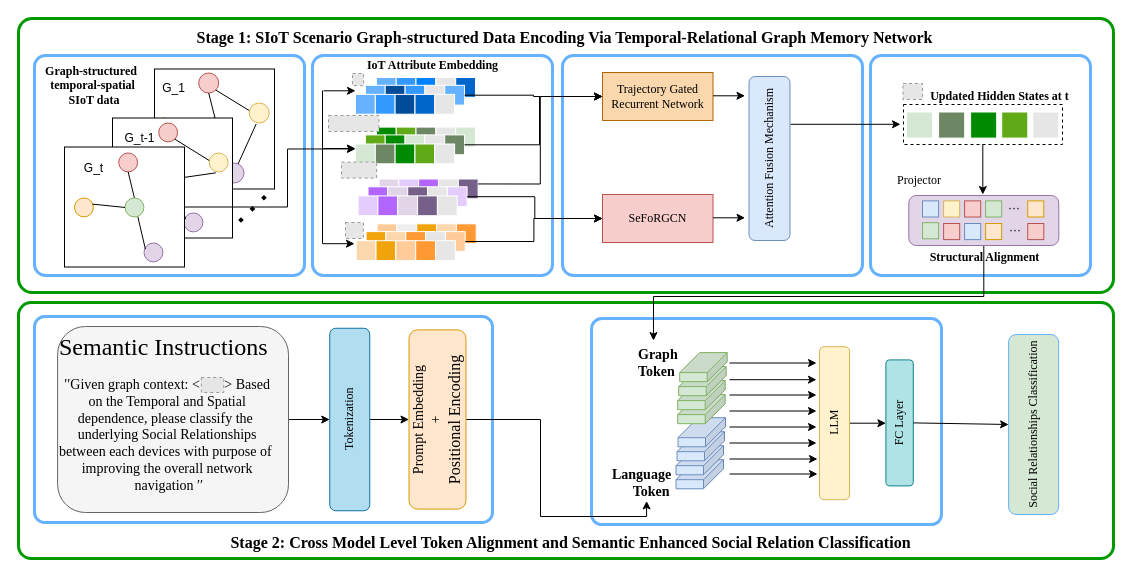
Earlier version of the draw.io diagram 未命名绘图.drawio (hzb29/hzb29). Source tidied: cells renumbered, new cells numbered last; positions are measured from the earlier drawing's top-left corner, leaving out a move shared by most shapes. Both pictures are drawn from the tidied source at 100%, with x=0, y=0 at pixel (18, 18). Pictures stored in the file or linked from it are replaced by grey dashed boxes.
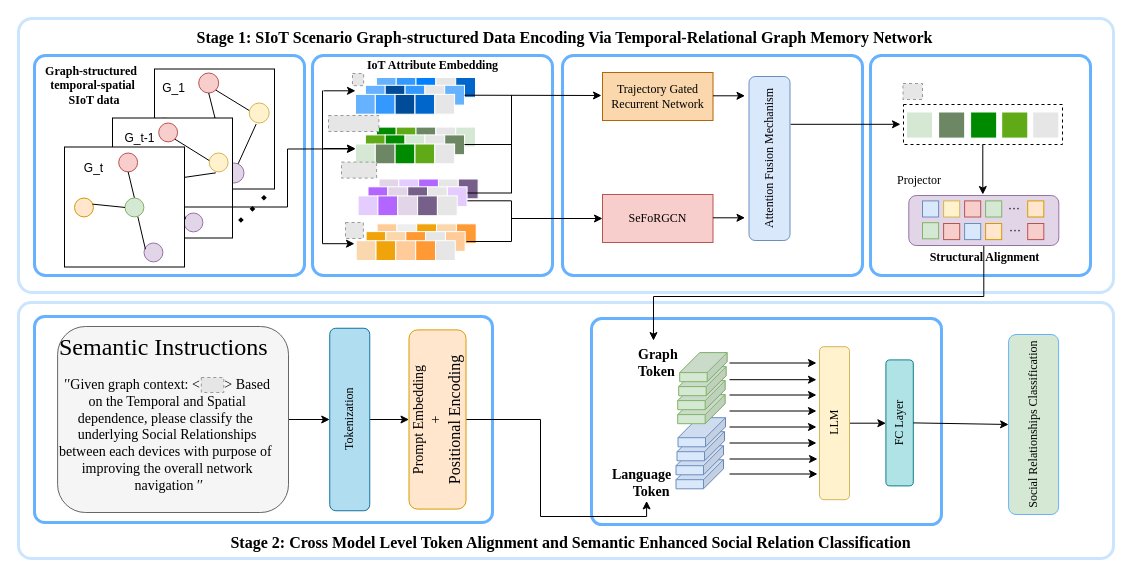
Above is the later version.

Commit message:
更新未命名绘图.drawio

The change refers to these unchanged cells:
```xml
<mxCell id="18" value="&lt;font face=&quot;Times New Roman&quot;&gt;Trajectory Gated Recurrent Network&lt;/font&gt;" style="rounded=0;whiteSpace=wrap;html=1;fillColor=#fad7ac;strokeColor=#b46504;" parent="1" vertex="1">
  <mxGeometry x="584" y="54" width="110.5" height="48" as="geometry" />
</mxCell>
<mxCell id="61" value="&lt;div style=&quot;text-align: start;&quot;&gt;&lt;font face=&quot;Times New Roman&quot;&gt;SeFoRGCN&lt;/font&gt;&lt;/div&gt;" style="rounded=0;whiteSpace=wrap;html=1;fillColor=#f8cecc;strokeColor=#b85450;" parent="1" vertex="1">
  <mxGeometry x="584" y="176" width="110.5" height="48" as="geometry" />
</mxCell>
<mxCell id="77" style="whiteSpace=wrap;html=1;fillColor=#66B2FF;strokeColor=#FFFFFF;" parent="65" vertex="1">
  <mxGeometry x="89.2" y="7.8" width="19.8" height="19.8" as="geometry" />
</mxCell>
<mxCell id="139" style="whiteSpace=wrap;html=1;fillColor=#ffcc99;strokeColor=#FFFFFF;" parent="127" vertex="1">
  <mxGeometry x="89.2" y="7.8" width="19.8" height="19.8" as="geometry" />
</mxCell>
<mxCell id="160" style="whiteSpace=wrap;html=1;fillColor=#6d8764;strokeColor=#FFFFFF;fontColor=#ffffff;" parent="148" vertex="1">
  <mxGeometry x="89.2" y="7.8" width="19.8" height="19.8" as="geometry" />
</mxCell>
<mxCell id="175" style="whiteSpace=wrap;html=1;fillColor=#76608a;strokeColor=#FFFFFF;fontColor=#ffffff;" parent="169" vertex="1">
  <mxGeometry x="100.2" width="19.8" height="19.8" as="geometry" />
</mxCell>
<mxCell id="181" style="whiteSpace=wrap;html=1;fillColor=#E5CCFF;strokeColor=#FFFFFF;" parent="169" vertex="1">
  <mxGeometry x="89.2" y="7.8" width="19.8" height="19.8" as="geometry" />
</mxCell>
```

What changed in the source:
```diff
@@
-    <mxCell id="2" style="rounded=1;whiteSpace=wrap;html=1;fillColor=#FFFFFF;strokeColor=#009900;strokeWidth=3;arcSize=5;" parent="1" vertex="1">
+    <mxCell id="2" style="rounded=1;whiteSpace=wrap;html=1;fillColor=#FFFFFF;strokeColor=#CCE5FF;strokeWidth=3;arcSize=5;" parent="1" vertex="1">
       <mxGeometry y="284" width="1095" height="256" as="geometry" />
     </mxCell>
-    <mxCell id="3" style="rounded=1;whiteSpace=wrap;html=1;fillColor=#FFFFFF;strokeColor=#009900;strokeWidth=3;arcSize=5;" parent="1" vertex="1">
+    <mxCell id="3" style="rounded=1;whiteSpace=wrap;html=1;fillColor=#FFFFFF;strokeColor=#CCE5FF;strokeWidth=3;arcSize=5;" parent="1" vertex="1">
       <mxGeometry width="1095" height="274" as="geometry" />
     </mxCell>
@@
-    <mxCell id="120" value="&lt;font face=&quot;Times New Roman&quot;&gt;&lt;b&gt;Updated Hidden States at t&lt;/b&gt;&lt;/font&gt;" style="text;html=1;align=center;verticalAlign=middle;strokeColor=none;fillColor=none;" parent="1" vertex="1">
-      <mxGeometry x="902" y="65" width="157" height="26" as="geometry" />
-    </mxCell>
@@
-    <mxCell id="189" style="edgeStyle=orthogonalEdgeStyle;rounded=0;jettySize=auto;html=1;exitX=1;exitY=0.5;exitDx=0;exitDy=0;entryX=0;entryY=0.5;entryDx=0;entryDy=0;" parent="1" edge="1" source="77" target="18">
-      <mxGeometry relative="1" as="geometry" />
-    </mxCell>
-    <mxCell id="190" style="edgeStyle=orthogonalEdgeStyle;rounded=0;jettySize=auto;html=1;exitX=1;exitY=0.5;exitDx=0;exitDy=0;entryX=0;entryY=0.5;entryDx=0;entryDy=0;" parent="1" edge="1" source="160" target="18">
-      <mxGeometry relative="1" as="geometry">
-        <Array as="points">
-          <mxPoint x="521" y="126" />
-          <mxPoint x="521" y="78" />
-        </Array>
-      </mxGeometry>
-    </mxCell>
-    <mxCell id="191" style="edgeStyle=orthogonalEdgeStyle;rounded=0;jettySize=auto;html=1;exitX=1;exitY=0.5;exitDx=0;exitDy=0;entryX=0;entryY=0.5;entryDx=0;entryDy=0;" parent="1" edge="1" source="181" target="61">
-      <mxGeometry relative="1" as="geometry" />
-    </mxCell>
-    <mxCell id="192" style="edgeStyle=orthogonalEdgeStyle;rounded=0;jettySize=auto;html=1;exitX=1;exitY=0.5;exitDx=0;exitDy=0;entryX=0;entryY=0.5;entryDx=0;entryDy=0;" parent="1" edge="1" source="139" target="61">
-      <mxGeometry relative="1" as="geometry" />
-    </mxCell>
-    <mxCell id="193" style="edgeStyle=orthogonalEdgeStyle;rounded=0;jettySize=auto;html=1;exitX=1;exitY=0.25;exitDx=0;exitDy=0;entryX=0;entryY=0.5;entryDx=0;entryDy=0;" parent="1" edge="1" source="175" target="18">
-      <mxGeometry relative="1" as="geometry" />
-    </mxCell>
@@
+    <mxCell id="201" style="endArrow=none;html=1;rounded=0;" parent="1" edge="1">
+      <mxGeometry relative="1" as="geometry">
+        <mxPoint x="446" y="126" as="sourcePoint" />
+        <mxPoint x="493" y="126" as="targetPoint" />
+      </mxGeometry>
+    </mxCell>
+    <mxCell id="202" style="endArrow=none;html=1;rounded=0;" parent="1" edge="1">
+      <mxGeometry relative="1" as="geometry">
+        <mxPoint x="493" y="126" as="sourcePoint" />
+        <mxPoint x="493" y="76.5" as="targetPoint" />
+      </mxGeometry>
+    </mxCell>
+    <mxCell id="203" style="endArrow=none;html=1;rounded=0;" parent="1" edge="1">
+      <mxGeometry relative="1" as="geometry">
+        <mxPoint x="449" y="174.5" as="sourcePoint" />
+        <mxPoint x="493" y="174.5" as="targetPoint" />
+      </mxGeometry>
+    </mxCell>
+    <mxCell id="204" style="endArrow=none;html=1;rounded=0;" parent="1" edge="1">
+      <mxGeometry relative="1" as="geometry">
+        <mxPoint x="493" y="174.8" as="sourcePoint" />
+        <mxPoint x="493" y="125.2" as="targetPoint" />
+      </mxGeometry>
+    </mxCell>
+    <mxCell id="205" style="endArrow=classic;html=1;rounded=0;exitX=1;exitY=0.5;exitDx=0;exitDy=0;" parent="1" edge="1" source="77">
+      <mxGeometry relative="1" as="geometry">
+        <mxPoint x="583" y="77" as="targetPoint" />
+      </mxGeometry>
+    </mxCell>
+    <mxCell id="206" style="endArrow=classic;html=1;rounded=0;entryX=0;entryY=0.5;entryDx=0;entryDy=0;" parent="1" edge="1" target="61">
+      <mxGeometry relative="1" as="geometry">
+        <mxPoint x="493" y="200" as="sourcePoint" />
+      </mxGeometry>
+    </mxCell>
+    <mxCell id="207" style="endArrow=none;html=1;rounded=0;" parent="1" edge="1">
+      <mxGeometry relative="1" as="geometry">
+        <mxPoint x="448" y="223" as="sourcePoint" />
+        <mxPoint x="493" y="223" as="targetPoint" />
+      </mxGeometry>
+    </mxCell>
+    <mxCell id="208" style="endArrow=none;html=1;rounded=0;" parent="1" edge="1">
+      <mxGeometry relative="1" as="geometry">
+        <mxPoint x="449" y="182.3" as="sourcePoint" />
+        <mxPoint x="493" y="182.3" as="targetPoint" />
+      </mxGeometry>
+    </mxCell>
+    <mxCell id="209" style="endArrow=none;html=1;rounded=0;" parent="1" edge="1">
+      <mxGeometry relative="1" as="geometry">
+        <mxPoint x="493" y="223" as="sourcePoint" />
+        <mxPoint x="493" y="182.4" as="targetPoint" />
+      </mxGeometry>
+    </mxCell>
```
